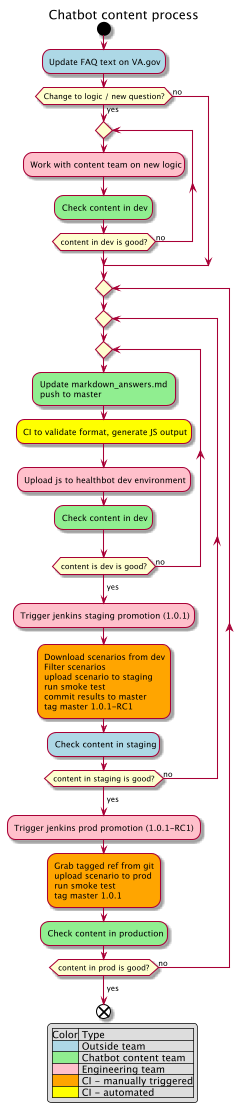
This is content/content-process.png from department-of-veterans-affairs/va.gov-team, a PlantUML export, as it was before one commit.
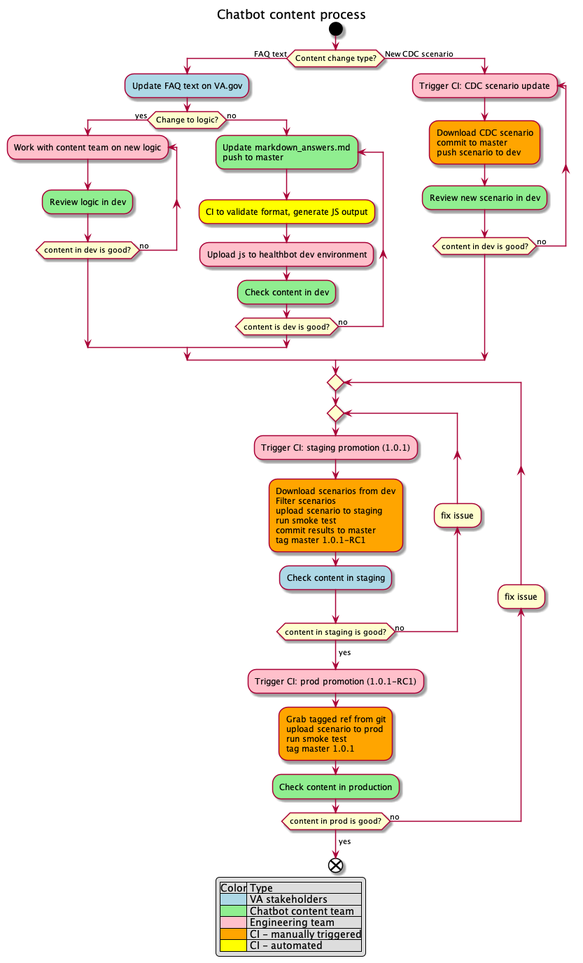
The same diagram one commit later.

Commit message:
[#95] Added CDC flow (draft), enhanced diagram somewhat, pulled markdown/content update up some

What changed in the source:
```diff
@@ -1,52 +1,63 @@
 @startuml
 
 title Chatbot content process
-scale 0.7
 skinparam ConditionEndStyle hline
 
 start
 
-#lightblue:Update FAQ text on VA.gov;
-if (Change to logic / new question?) then (yes)
+if (Content change type?) then (FAQ text)
+  #lightblue:Update FAQ text on VA.gov;
+  if (Change to logic?) then (yes)
+    #pink:repeat :Work with content team on new logic;
+      #lightgreen:Review logic in dev;
+    repeat while (content in dev is good?) is (no)
+  else (no)
+      #lightgreen:repeat :Update markdown_answers.md\npush to master;
+        #yellow:CI to validate format, generate JS output;
+        #pink:Upload js to healthbot dev environment;
+        #lightgreen:Check content in dev;
+      repeat while (content is dev is good?) is (no)
+      ->yes;
+  endif
+else (New CDC scenario)
+  #pink:repeat :Trigger CI: CDC scenario update;
+  #orange:Download CDC scenario
+  commit to master
+  push scenario to dev;
+  #lightgreen:Review new scenario in dev;
+  repeat while (content in dev is good?) is (no)
+endif
+
 repeat
-#pink:Work with content team on new logic;
-#lightgreen:Check content in dev;
-repeat while (content in dev is good?) is (no)
-->yes;
-else (no)
-endif
-repeat
-repeat
-repeat
-#lightgreen:Update markdown_answers.md\npush to master;
-#yellow:CI to validate format, generate JS output;
-#pink:Upload js to healthbot dev environment;
-#lightgreen:Check content in dev;
-repeat while (content is dev is good?) is (no)
-->yes;
-#pink:Trigger jenkins staging promotion (1.0.1);
-#orange:Download scenarios from dev
-Filter scenarios
-upload scenario to staging
-run smoke test
-commit results to master
-tag master 1.0.1-RC1;
-#lightblue:Check content in staging;
-repeat while (content in staging is good?) is (no)
-->yes;
-#pink:Trigger jenkins prod promotion (1.0.1-RC1);
-#orange:Grab tagged ref from git
-upload scenario to prod
-run smoke test
-tag master 1.0.1;
-#lightgreen:Check content in production;
+
+  repeat
+    #pink:Trigger CI: staging promotion (1.0.1);
+    #orange:Download scenarios from dev
+    Filter scenarios
+    upload scenario to staging
+    run smoke test
+    commit results to master
+    tag master 1.0.1-RC1;
+    #lightblue:Check content in staging;
+    backward:fix issue;
+  repeat while (content in staging is good?) is (no)
+  ->yes;
+
+  #pink:Trigger CI: prod promotion (1.0.1-RC1);
+  #orange:Grab tagged ref from git
+  upload scenario to prod
+  run smoke test
+  tag master 1.0.1;
+  #lightgreen:Check content in production;
+  backward:fix issue;
 repeat while (content in prod is good?) is (no)
 ->yes;
+
 end
 
 legend center
     |Color| Type |
-    |<#lightblue> | Outside team|
+    |<#lightblue> | VA stakeholders |
     |<#lightgreen>| Chatbot content team|
     |<#pink>| Engineering team|
     |<#orange>| CI - manually triggered|
```
